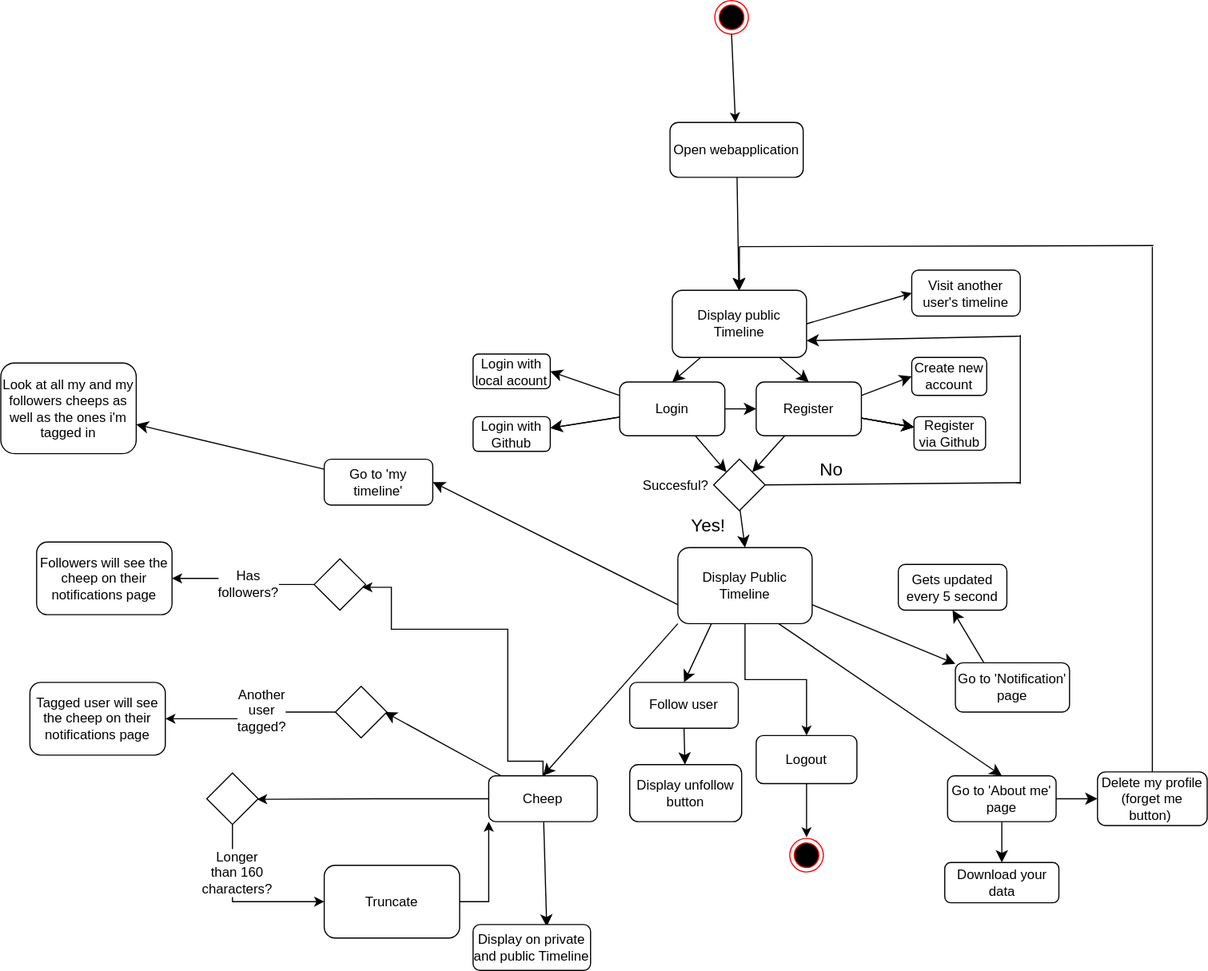
This is docs/images/UserActivities_uml.drawio.svg from ITU-BDSA2024-GROUP26/Chirp, a draw.io export, as it was before one commit. Source tidied: cells renumbered, new cells last; positions are measured from the earlier drawing's top-left corner, leaving out a move shared by most shapes.
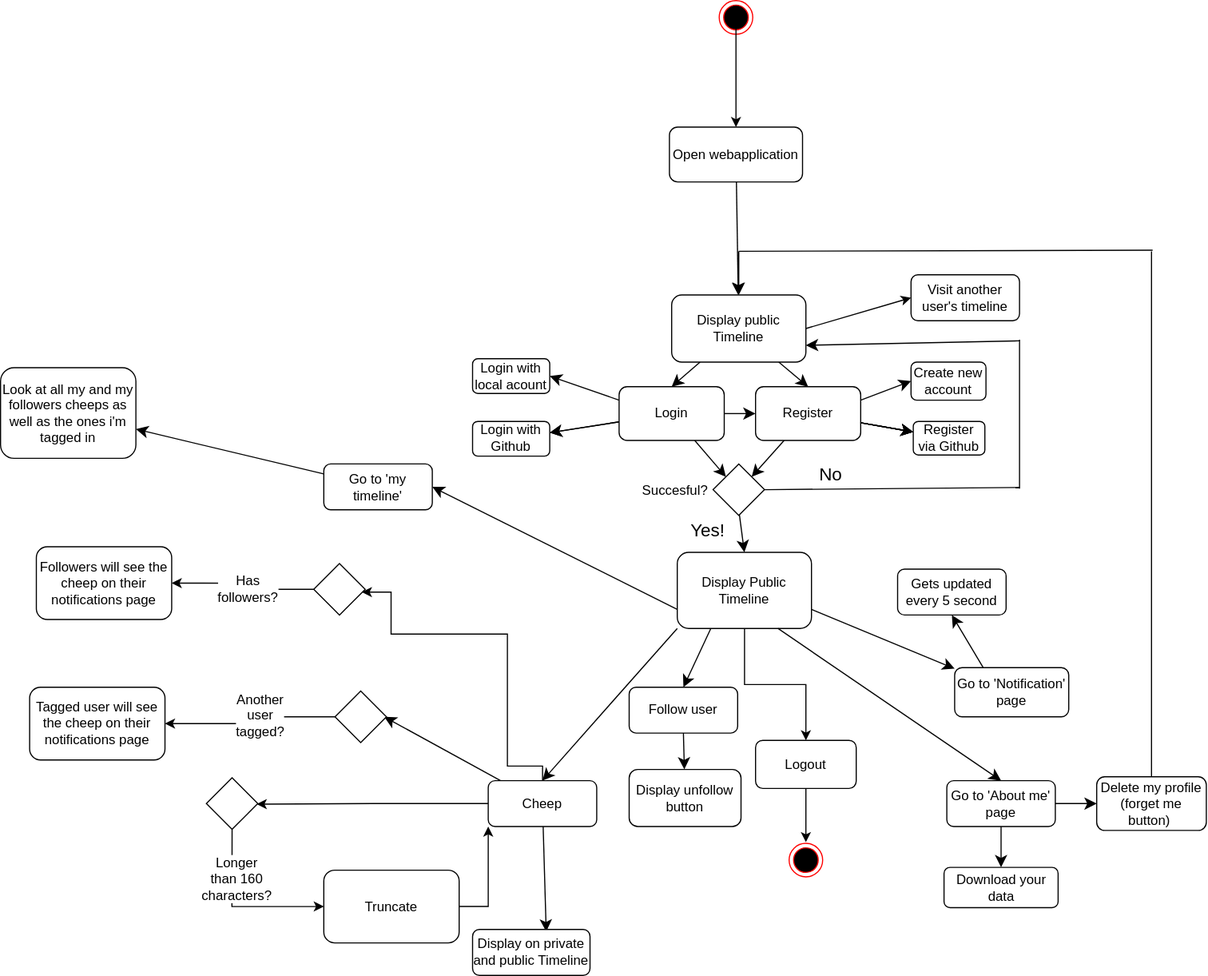
After the change.

Diff of the diagram source:
```diff
@@ -255,9 +255,9 @@
       <mxGeometry x="705" y="749" width="30" height="30" as="geometry" />
     </mxCell>
     <mxCell id="75" style="ellipse;html=1;shape=endState;fillColor=#000000;strokeColor=#ff0000;" parent="1" vertex="1">
-      <mxGeometry x="638" width="30" height="30" as="geometry" />
+      <mxGeometry x="642.5" y="-4" width="30" height="30" as="geometry" />
     </mxCell>
-    <mxCell id="76" style="endArrow=classic;html=1;rounded=0;exitX=0.5;exitY=1;exitDx=0;exitDy=0;" parent="1" edge="1" source="75" target="60">
+    <mxCell id="76" style="endArrow=classic;html=1;rounded=0;exitX=0.5;exitY=0.689;exitDx=0;exitDy=0;exitPerimeter=0;" parent="1" edge="1" source="75" target="60">
       <mxGeometry relative="1" as="geometry" />
     </mxCell>
     <mxCell id="77" style="rhombus;whiteSpace=wrap;html=1;" parent="1" vertex="1">
```
